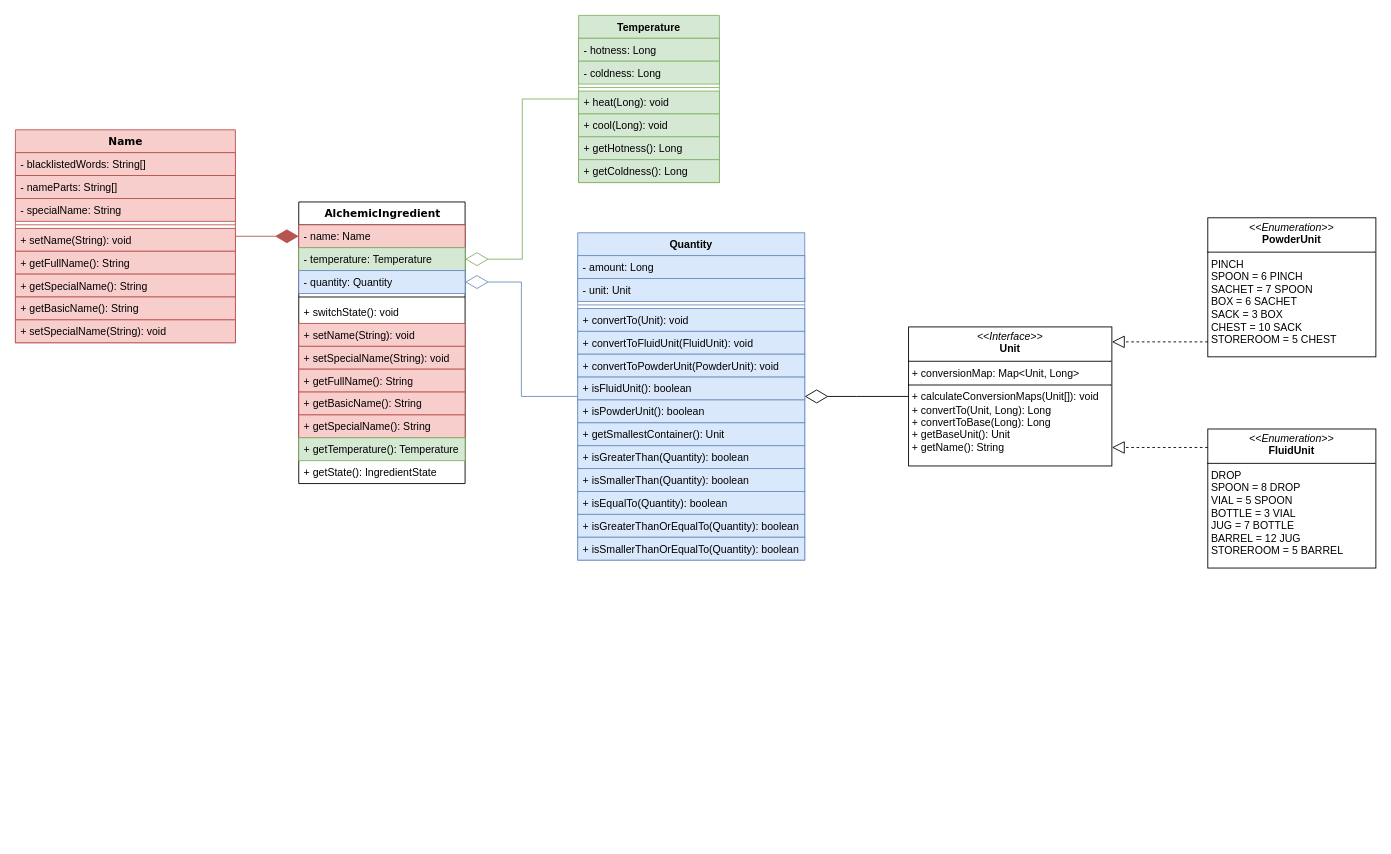
The draw.io diagram ClassDiagram.drawio in Mirovh/KULAK-OOP-exam-project, before the edit. Source tidied: cells renumbered, new cells numbered last; positions are measured from the earlier drawing's top-left corner, leaving out a move shared by most shapes. Both pictures are drawn from the tidied source at 88%, with x=0, y=0 at pixel (15, 15).
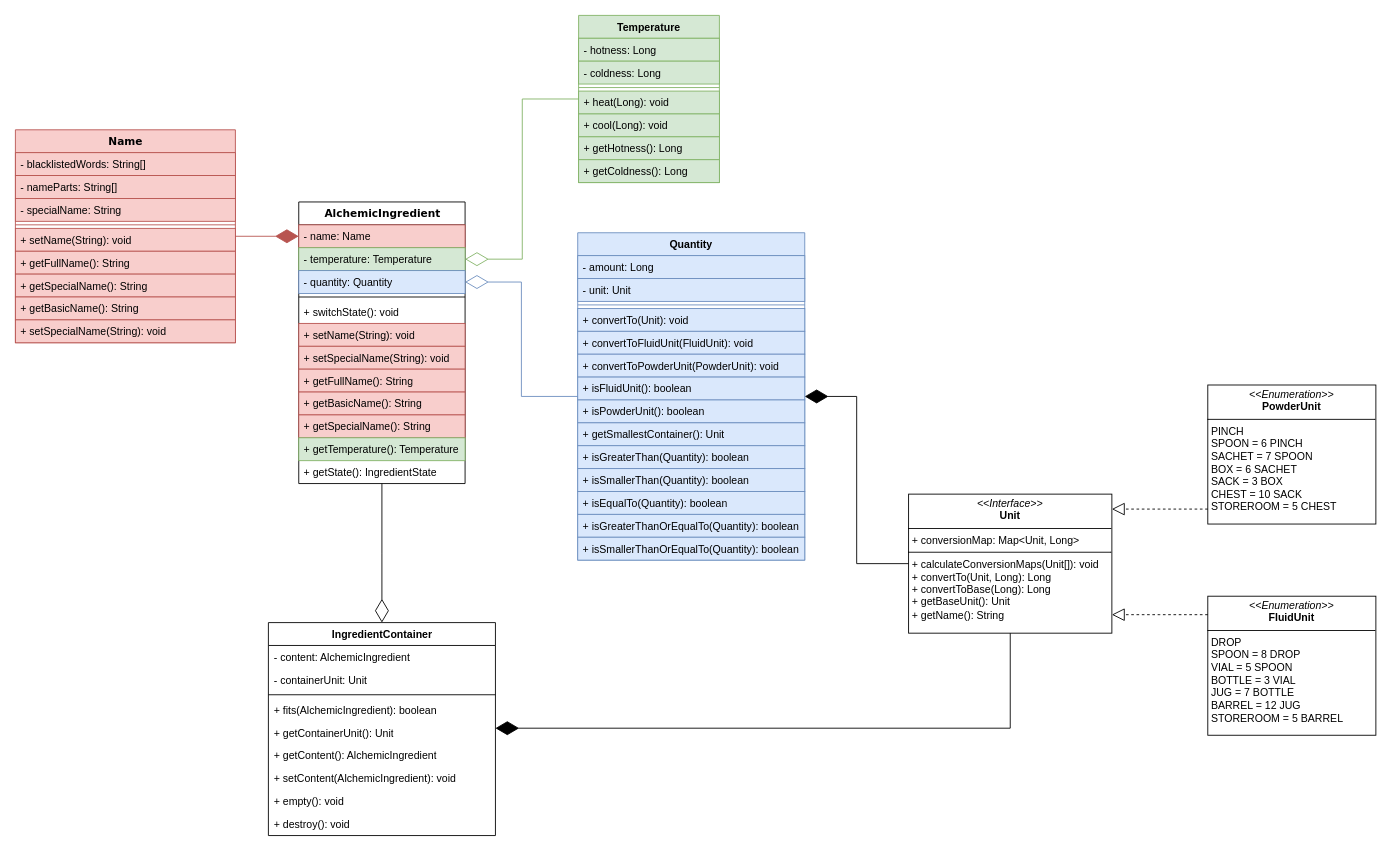
After the change.

Commit message:
Add IngredientContainer to UML diagram

Unchanged cells that the change refers to:
```xml
<mxCell id="12" value="AlchemicIngredient" style="swimlane;html=1;fontStyle=1;align=center;verticalAlign=top;horizontal=1;startSize=26;swimlaneFillColor=#ffffff;rounded=0;shadow=0;comic=0;labelBackgroundColor=none;strokeWidth=1;fillColor=none;fontFamily=Verdana;fontSize=12;" parent="1" vertex="1">
  <mxGeometry x="322" y="212" width="189" height="320" as="geometry" />
</mxCell>
<mxCell id="35" value="Quantity" style="swimlane;fontStyle=1;align=center;verticalAlign=top;horizontal=1;startSize=26;whiteSpace=wrap;html=1;fillColor=#dae8fc;strokeColor=#6c8ebf;" parent="1" vertex="1">
  <mxGeometry x="639" y="247" width="258" height="372" as="geometry" />
</mxCell>
```

Diff of the diagram source:
```diff
@@
     <mxCell id="51" value="&lt;p style=&quot;margin:0px;margin-top:4px;text-align:center;&quot;&gt;&lt;i&gt;&amp;lt;&amp;lt;Interface&amp;gt;&amp;gt;&lt;/i&gt;&lt;br&gt;&lt;b&gt;Unit&lt;/b&gt;&lt;/p&gt;&lt;hr size=&quot;1&quot; style=&quot;border-style:solid;&quot;&gt;&lt;p style=&quot;margin:0px;margin-left:4px;&quot;&gt;+ conversionMap: Map&amp;lt;Unit, Long&amp;gt;&lt;br&gt;&lt;/p&gt;&lt;hr size=&quot;1&quot; style=&quot;border-style:solid;&quot;&gt;&lt;p style=&quot;margin:0px;margin-left:4px;&quot;&gt;+ calculateConversionMaps(Unit[]): void&lt;/p&gt;&lt;p style=&quot;margin:0px;margin-left:4px;&quot;&gt;+ convertTo(Unit, Long): Long&lt;/p&gt;&lt;p style=&quot;margin:0px;margin-left:4px;&quot;&gt;+ convertToBase(Long): Long&lt;/p&gt;&lt;p style=&quot;margin:0px;margin-left:4px;&quot;&gt;+ getBaseUnit(): Unit&lt;/p&gt;&lt;p style=&quot;margin:0px;margin-left:4px;&quot;&gt;+ getName(): String&lt;/p&gt;" style="verticalAlign=top;align=left;overflow=fill;html=1;whiteSpace=wrap;" parent="1" vertex="1">
-      <mxGeometry x="1015" y="354" width="231" height="158" as="geometry" />
+      <mxGeometry x="1015" y="544" width="231" height="158" as="geometry" />
     </mxCell>
     <mxCell id="52" value="&lt;p style=&quot;margin:0px;margin-top:4px;text-align:center;&quot;&gt;&lt;i&gt;&amp;lt;&amp;lt;Enumeration&amp;gt;&amp;gt;&lt;/i&gt;&lt;br&gt;&lt;b&gt;PowderUnit&lt;/b&gt;&lt;/p&gt;&lt;hr size=&quot;1&quot; style=&quot;border-style:solid;&quot;&gt;&lt;p style=&quot;margin:0px;margin-left:4px;&quot;&gt;PINCH&lt;/p&gt;&lt;p style=&quot;margin:0px;margin-left:4px;&quot;&gt;SPOON = 6 PINCH&lt;/p&gt;&lt;p style=&quot;margin:0px;margin-left:4px;&quot;&gt;&lt;span style=&quot;background-color: initial;&quot;&gt;SACHET = 7 SPOON&lt;/span&gt;&lt;/p&gt;&lt;p style=&quot;margin:0px;margin-left:4px;&quot;&gt;&lt;span style=&quot;background-color: initial;&quot;&gt;BOX = 6 SACHET&lt;/span&gt;&lt;/p&gt;&lt;p style=&quot;margin:0px;margin-left:4px;&quot;&gt;&lt;span style=&quot;background-color: initial;&quot;&gt;SACK = 3 BOX&lt;/span&gt;&lt;/p&gt;&lt;p style=&quot;margin:0px;margin-left:4px;&quot;&gt;&lt;span style=&quot;background-color: initial;&quot;&gt;CHEST = 10 SACK&lt;/span&gt;&lt;/p&gt;&lt;p style=&quot;margin:0px;margin-left:4px;&quot;&gt;&lt;span style=&quot;background-color: initial;&quot;&gt;STOREROOM = 5 CHEST&lt;/span&gt;&lt;/p&gt;" style="verticalAlign=top;align=left;overflow=fill;html=1;whiteSpace=wrap;" parent="1" vertex="1">
-      <mxGeometry x="1355" y="230" width="191" height="158" as="geometry" />
+      <mxGeometry x="1355" y="420" width="191" height="158" as="geometry" />
     </mxCell>
     <mxCell id="53" value="&lt;p style=&quot;margin:0px;margin-top:4px;text-align:center;&quot;&gt;&lt;i&gt;&amp;lt;&amp;lt;Enumeration&amp;gt;&amp;gt;&lt;/i&gt;&lt;br&gt;&lt;b&gt;FluidUnit&lt;/b&gt;&lt;/p&gt;&lt;hr size=&quot;1&quot; style=&quot;border-style:solid;&quot;&gt;&lt;p style=&quot;margin:0px;margin-left:4px;&quot;&gt;DROP&lt;/p&gt;&lt;p style=&quot;margin:0px;margin-left:4px;&quot;&gt;SPOON = 8&amp;nbsp;&lt;span style=&quot;background-color: initial;&quot;&gt;DROP&lt;/span&gt;&lt;/p&gt;&lt;p style=&quot;margin:0px;margin-left:4px;&quot;&gt;&lt;span style=&quot;background-color: initial;&quot;&gt;VIAL = 5 SPOON&lt;/span&gt;&lt;/p&gt;&lt;p style=&quot;margin:0px;margin-left:4px;&quot;&gt;&lt;span style=&quot;background-color: initial;&quot;&gt;BOTTLE = 3&amp;nbsp;&lt;/span&gt;&lt;span style=&quot;background-color: initial;&quot;&gt;VIAL&lt;/span&gt;&lt;span style=&quot;background-color: initial;&quot;&gt;&amp;nbsp;&lt;/span&gt;&lt;/p&gt;&lt;p style=&quot;margin:0px;margin-left:4px;&quot;&gt;&lt;span style=&quot;background-color: initial;&quot;&gt;JUG = 7&amp;nbsp;&lt;/span&gt;&lt;span style=&quot;background-color: initial;&quot;&gt;BOTTLE&lt;/span&gt;&lt;span style=&quot;background-color: initial;&quot;&gt;&amp;nbsp;&lt;/span&gt;&lt;/p&gt;&lt;p style=&quot;margin:0px;margin-left:4px;&quot;&gt;&lt;span style=&quot;background-color: initial;&quot;&gt;BARREL = 12&amp;nbsp;&lt;/span&gt;&lt;span style=&quot;background-color: initial;&quot;&gt;JUG&lt;/span&gt;&lt;span style=&quot;background-color: initial;&quot;&gt;&amp;nbsp;&lt;/span&gt;&lt;/p&gt;&lt;p style=&quot;margin:0px;margin-left:4px;&quot;&gt;&lt;span style=&quot;background-color: initial;&quot;&gt;STOREROOM = 5&amp;nbsp;&lt;/span&gt;&lt;span style=&quot;background-color: initial;&quot;&gt;BARREL&lt;/span&gt;&lt;span style=&quot;background-color: initial;&quot;&gt;&amp;nbsp;&lt;/span&gt;&lt;/p&gt;" style="verticalAlign=top;align=left;overflow=fill;html=1;whiteSpace=wrap;" parent="1" vertex="1">
-      <mxGeometry x="1355" y="470" width="191" height="158" as="geometry" />
+      <mxGeometry x="1355" y="660" width="191" height="158" as="geometry" />
     </mxCell>
-    <mxCell id="54" style="endArrow=diamondThin;endFill=0;endSize=24;html=1;rounded=0;flowAnimation=0;edgeStyle=elbowEdgeStyle;" parent="1" edge="1" source="51" target="35">
+    <mxCell id="54" style="endArrow=diamondThin;endFill=1;endSize=24;html=1;rounded=0;flowAnimation=0;edgeStyle=elbowEdgeStyle;" parent="1" edge="1" source="51" target="35">
       <mxGeometry relative="1" as="geometry" />
     </mxCell>
@@
+    <mxCell id="57" value="IngredientContainer" style="swimlane;fontStyle=1;align=center;verticalAlign=top;horizontal=1;startSize=26;whiteSpace=wrap;html=1;" parent="1" vertex="1">
+      <mxGeometry x="287.5" y="690" width="258" height="242" as="geometry" />
+    </mxCell>
+    <mxCell id="58" value="- content: AlchemicIngredient" style="text;strokeColor=none;fillColor=none;align=left;verticalAlign=top;spacingLeft=4;spacingRight=4;overflow=hidden;whiteSpace=wrap;html=1;" parent="57" vertex="1">
+      <mxGeometry y="26" width="258" height="26" as="geometry" />
+    </mxCell>
+    <mxCell id="59" value="- containerUnit: Unit" style="text;strokeColor=none;fillColor=none;align=left;verticalAlign=top;spacingLeft=4;spacingRight=4;overflow=hidden;whiteSpace=wrap;html=1;" parent="57" vertex="1">
+      <mxGeometry y="52" width="258" height="26" as="geometry" />
+    </mxCell>
+    <mxCell id="60" style="line;strokeWidth=1;fillColor=none;align=left;verticalAlign=middle;spacingTop=-1;spacingLeft=3;spacingRight=3;labelPosition=right;strokeColor=inherit;" parent="57" vertex="1">
+      <mxGeometry y="78" width="258" height="8" as="geometry" />
+    </mxCell>
+    <mxCell id="61" value="+ fits(AlchemicIngredient): boolean" style="text;strokeColor=none;fillColor=none;align=left;verticalAlign=top;spacingLeft=4;spacingRight=4;overflow=hidden;whiteSpace=wrap;html=1;" parent="57" vertex="1">
+      <mxGeometry y="86" width="258" height="26" as="geometry" />
+    </mxCell>
+    <mxCell id="62" value="+ getContainerUnit(): Unit" style="text;strokeColor=none;fillColor=none;align=left;verticalAlign=top;spacingLeft=4;spacingRight=4;overflow=hidden;whiteSpace=wrap;html=1;" parent="57" vertex="1">
+      <mxGeometry y="112" width="258" height="26" as="geometry" />
+    </mxCell>
+    <mxCell id="63" value="+ getContent(): AlchemicIngredient" style="text;strokeColor=none;fillColor=none;align=left;verticalAlign=top;spacingLeft=4;spacingRight=4;overflow=hidden;whiteSpace=wrap;html=1;" parent="57" vertex="1">
+      <mxGeometry y="138" width="258" height="26" as="geometry" />
+    </mxCell>
+    <mxCell id="64" value="+ setContent(AlchemicIngredient): void" style="text;strokeColor=none;fillColor=none;align=left;verticalAlign=top;spacingLeft=4;spacingRight=4;overflow=hidden;whiteSpace=wrap;html=1;" parent="57" vertex="1">
+      <mxGeometry y="164" width="258" height="26" as="geometry" />
+    </mxCell>
+    <mxCell id="65" value="+ empty(): void" style="text;strokeColor=none;fillColor=none;align=left;verticalAlign=top;spacingLeft=4;spacingRight=4;overflow=hidden;whiteSpace=wrap;html=1;" parent="57" vertex="1">
+      <mxGeometry y="190" width="258" height="26" as="geometry" />
+    </mxCell>
+    <mxCell id="66" value="+ destroy(): void" style="text;strokeColor=none;fillColor=none;align=left;verticalAlign=top;spacingLeft=4;spacingRight=4;overflow=hidden;whiteSpace=wrap;html=1;" parent="57" vertex="1">
+      <mxGeometry y="216" width="258" height="26" as="geometry" />
+    </mxCell>
+    <mxCell id="67" style="endArrow=diamondThin;endFill=1;endSize=24;html=1;rounded=0;flowAnimation=0;edgeStyle=elbowEdgeStyle;elbow=vertical;" parent="1" edge="1" source="51" target="57">
+      <mxGeometry relative="1" as="geometry">
+        <Array as="points">
+          <mxPoint x="770" y="810" />
+        </Array>
+      </mxGeometry>
+    </mxCell>
+    <mxCell id="68" style="endArrow=diamondThin;endFill=0;endSize=24;html=1;rounded=0;flowAnimation=0;edgeStyle=elbowEdgeStyle;elbow=vertical;" parent="1" edge="1" source="12" target="57">
+      <mxGeometry relative="1" as="geometry" />
+    </mxCell>
```
